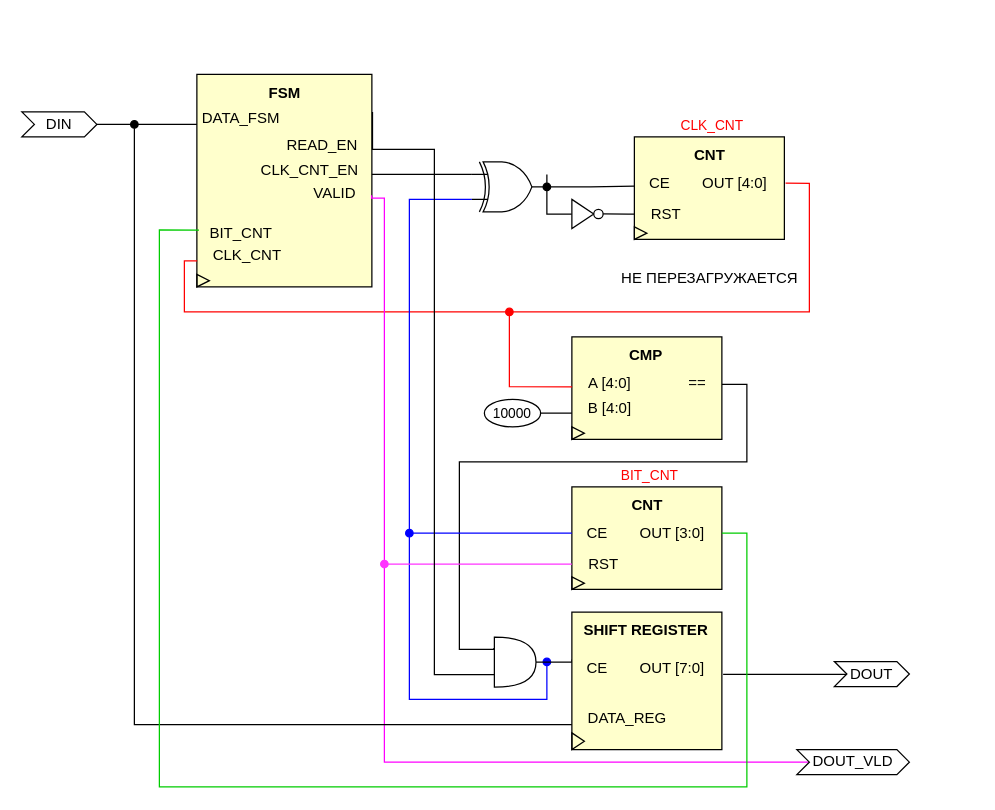
This is INC_RTL_ALT.drawio from ArturSultanov/inc_project, a draw.io file, before an edit. Source tidied: cells renumbered, new cells numbered last; positions are measured from the earlier drawing's top-left corner, leaving out a move shared by most shapes. Both pictures are drawn from the tidied source at 125%, with x=0, y=0 at pixel (21, 74).
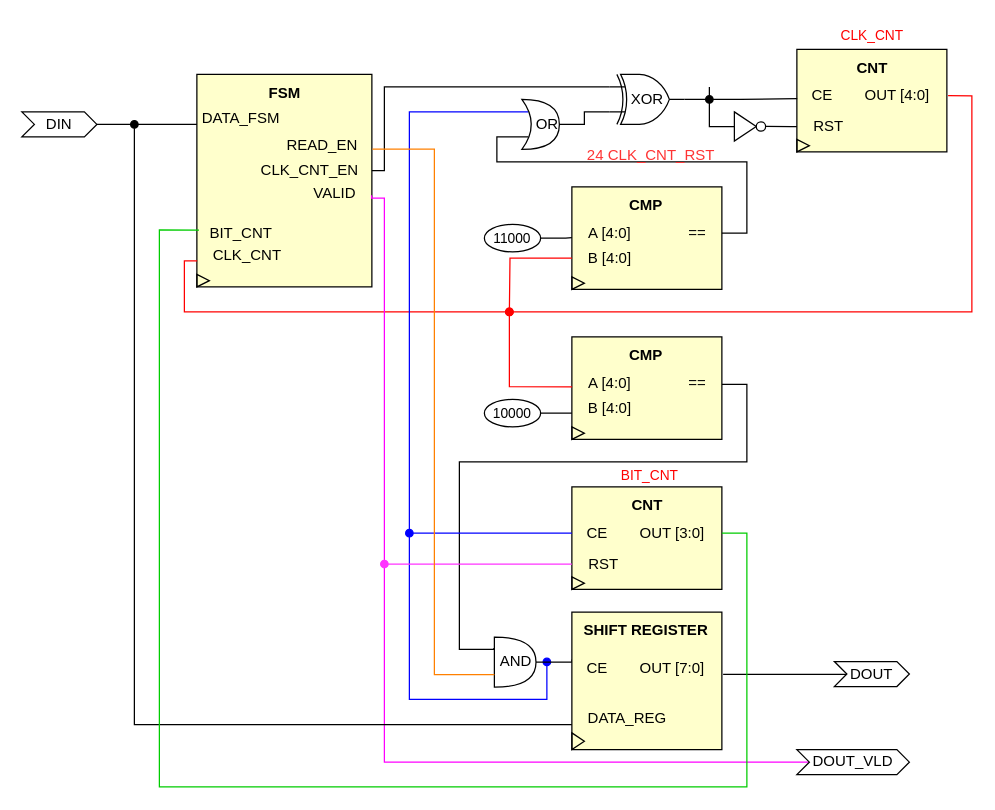
After the change.

The change refers to these unchanged cells:
```xml
<mxCell id="2" style="group;" parent="1" vertex="1">
  <mxGeometry x="100" y="20" width="500" height="462" as="geometry" />
</mxCell>
<mxCell id="6" value="READ_EN" style="text;html=1;align=center;verticalAlign=middle;points=[];strokeColor=none;fillColor=none;" parent="3" vertex="1">
  <mxGeometry x="70" y="22" width="80" height="30" as="geometry" />
</mxCell>
<mxCell id="7" value="CLK_CNT_EN" style="text;html=1;align=center;verticalAlign=middle;points=[];strokeColor=none;fillColor=none;" parent="3" vertex="1">
  <mxGeometry x="50" y="42" width="100" height="30" as="geometry" />
</mxCell>
<mxCell id="24" value="A [4:0]" style="text;html=1;align=center;verticalAlign=middle;points=[];strokeColor=none;fillColor=none;" parent="20" vertex="1">
  <mxGeometry x="10" y="22" width="60" height="30" as="geometry" />
</mxCell>
<mxCell id="35" value="OUT [4:0]" style="text;html=1;align=center;verticalAlign=middle;points=[];strokeColor=none;fillColor=none;" parent="30" vertex="1">
  <mxGeometry x="50" y="22" width="80" height="30" as="geometry" />
</mxCell>
<mxCell id="60" style="group;" parent="1" vertex="1">
  <mxGeometry x="360" y="430.2" width="210" height="110" as="geometry" />
</mxCell>
<mxCell id="62" style="shape=or;whiteSpace=wrap;html=1;align=center;" parent="60" vertex="1">
  <mxGeometry x="18" y="20" width="33.3" height="40" as="geometry" />
</mxCell>
```

Diff of the diagram source:
```diff
@@
-    <mxCell id="14" style="edgeStyle=orthogonalEdgeStyle;rounded=0;jettySize=auto;html=1;exitX=0;exitY=0.75;exitDx=0;exitDy=0;exitPerimeter=0;endArrow=oval;endFill=1;shadow=0;strokeColor=#0000FF;" parent="2" edge="1" source="15">
+    <mxCell id="14" style="edgeStyle=orthogonalEdgeStyle;rounded=0;jettySize=auto;html=1;endArrow=oval;endFill=1;shadow=0;strokeColor=#0000FF;exitX=0.175;exitY=0.25;exitDx=0;exitDy=0;exitPerimeter=0;" parent="2" edge="1" source="75">
       <mxGeometry relative="1" as="geometry">
         <mxPoint x="320" y="450" as="targetPoint" />
         <Array as="points">
-          <mxPoint x="210" y="80" />
+          <mxPoint x="210" y="10" />
           <mxPoint x="210" y="480" />
           <mxPoint x="320" y="480" />
         </Array>
       </mxGeometry>
     </mxCell>
     <mxCell id="15" style="verticalLabelPosition=bottom;shadow=0;dashed=0;align=center;html=1;verticalAlign=top;shape=mxgraph.electrical.logic_gates.logic_gate;operation=xor;" parent="2" vertex="1">
-      <mxGeometry x="260" y="50" width="60" height="40" as="geometry" />
+      <mxGeometry x="370" y="-20" width="60" height="40" as="geometry" />
     </mxCell>
     <mxCell id="16" style="edgeStyle=orthogonalEdgeStyle;rounded=0;jettySize=auto;html=1;entryX=0;entryY=0.25;entryDx=0;entryDy=0;entryPerimeter=0;endArrow=none;endFill=0;strokeColor=#000000;" parent="2" edge="1" source="7" target="15">
       <mxGeometry relative="1" as="geometry">
         <Array as="points">
-          <mxPoint x="240" y="60" />
-          <mxPoint x="240" y="60" />
+          <mxPoint x="190" y="57" />
+          <mxPoint x="190" y="-10" />
         </Array>
       </mxGeometry>
     </mxCell>
-    <mxCell id="17" value="&lt;span style=&quot;font-size: 11px;&quot;&gt;&lt;font color=&quot;#ff0000&quot;&gt;CLK_CNT&lt;/font&gt;&lt;/span&gt;" style="ellipse;whiteSpace=wrap;html=1;strokeColor=none;fillColor=none;" parent="2" vertex="1">
-      <mxGeometry x="420" y="10" width="65" height="22" as="geometry" />
-    </mxCell>
@@
+    <mxCell id="74" style="edgeStyle=orthogonalEdgeStyle;rounded=0;jettySize=auto;html=1;entryX=0;entryY=0.75;entryDx=0;entryDy=0;entryPerimeter=0;endArrow=none;endFill=0;" parent="2" edge="1" source="75" target="15">
+      <mxGeometry relative="1" as="geometry">
+        <Array as="points">
+          <mxPoint x="350" y="20" />
+          <mxPoint x="350" y="10" />
+        </Array>
+      </mxGeometry>
+    </mxCell>
+    <mxCell id="75" style="shape=xor;whiteSpace=wrap;html=1;" parent="2" vertex="1">
+      <mxGeometry x="300" width="30" height="40" as="geometry" />
+    </mxCell>
+    <mxCell id="76" style="group;" parent="2" vertex="1">
+      <mxGeometry x="270" y="70" width="200" height="82" as="geometry" />
+    </mxCell>
+    <mxCell id="77" style="group;" parent="76" vertex="1">
+      <mxGeometry x="60" width="140" height="82" as="geometry" />
+    </mxCell>
+    <mxCell id="78" style="rounded=0;whiteSpace=wrap;html=1;fillColor=#FFFFCC;" parent="77" vertex="1">
+      <mxGeometry x="10" width="120" height="82" as="geometry" />
+    </mxCell>
+    <mxCell id="79" value="&lt;b&gt;CMP&lt;/b&gt;" style="text;html=1;align=center;verticalAlign=middle;strokeColor=none;fillColor=none;" parent="77" vertex="1">
+      <mxGeometry x="44" width="50" height="30" as="geometry" />
+    </mxCell>
+    <mxCell id="80" style="triangle;whiteSpace=wrap;html=1;fillColor=none;" parent="77" vertex="1">
+      <mxGeometry x="10" y="72" width="10" height="10" as="geometry" />
+    </mxCell>
+    <mxCell id="81" value="A [4:0]" style="text;html=1;align=center;verticalAlign=middle;points=[];strokeColor=none;fillColor=none;" parent="77" vertex="1">
+      <mxGeometry x="10" y="22" width="60" height="30" as="geometry" />
+    </mxCell>
+    <mxCell id="82" value="==" style="text;html=1;align=center;verticalAlign=middle;points=[];strokeColor=none;fillColor=none;" parent="77" vertex="1">
+      <mxGeometry x="90" y="22" width="40" height="30" as="geometry" />
+    </mxCell>
+    <mxCell id="83" style="edgeStyle=orthogonalEdgeStyle;rounded=0;jettySize=auto;html=1;strokeColor=#FF0000;endArrow=oval;endFill=1;" parent="77" edge="1" source="84">
+      <mxGeometry relative="1" as="geometry">
+        <mxPoint x="-40" y="100" as="targetPoint" />
+      </mxGeometry>
+    </mxCell>
+    <mxCell id="84" value="B [4:0]" style="text;html=1;align=center;verticalAlign=middle;points=[];strokeColor=none;fillColor=none;" parent="77" vertex="1">
+      <mxGeometry x="10" y="42" width="60" height="30" as="geometry" />
+    </mxCell>
+    <mxCell id="85" style="edgeStyle=orthogonalEdgeStyle;rounded=0;jettySize=auto;html=1;entryX=0;entryY=0.622;entryDx=0;entryDy=0;entryPerimeter=0;endArrow=none;endFill=0;" parent="76" edge="1" source="86" target="81">
+      <mxGeometry relative="1" as="geometry" />
+    </mxCell>
+    <mxCell id="86" value="&lt;span style=&quot;font-size: 11px;&quot;&gt;11000&lt;/span&gt;" style="ellipse;whiteSpace=wrap;html=1;" parent="76" vertex="1">
+      <mxGeometry y="30" width="45" height="22" as="geometry" />
+    </mxCell>
+    <mxCell id="87" style="edgeStyle=orthogonalEdgeStyle;rounded=0;jettySize=auto;html=1;entryX=0.175;entryY=0.75;entryDx=0;entryDy=0;entryPerimeter=0;endArrow=none;endFill=0;" parent="2" edge="1" source="82" target="75">
+      <mxGeometry relative="1" as="geometry">
+        <Array as="points">
+          <mxPoint x="480" y="107" />
+          <mxPoint x="480" y="50" />
+          <mxPoint x="280" y="50" />
+          <mxPoint x="280" y="30" />
+        </Array>
+      </mxGeometry>
+    </mxCell>
+    <mxCell id="88" value="XOR" style="text;html=1;align=center;verticalAlign=middle;strokeColor=none;fillColor=none;" parent="2" vertex="1">
+      <mxGeometry x="375" y="-15" width="50" height="30" as="geometry" />
+    </mxCell>
+    <mxCell id="89" value="OR" style="text;html=1;align=center;verticalAlign=middle;strokeColor=none;fillColor=none;" parent="2" vertex="1">
+      <mxGeometry x="300" y="5" width="40" height="30" as="geometry" />
+    </mxCell>
+    <mxCell id="90" value="&lt;font color=&quot;#ff3333&quot;&gt;&lt;span style=&quot;caret-color: rgb(255, 51, 51);&quot;&gt;24 CLK_CNT_RST&lt;br&gt;&lt;/span&gt;&lt;/font&gt;" style="text;html=1;align=center;verticalAlign=middle;strokeColor=none;fillColor=none;" parent="2" vertex="1">
+      <mxGeometry x="337.5" y="30" width="130" height="30" as="geometry" />
+    </mxCell>
@@
     <mxCell id="29" style="group;" parent="1" vertex="1">
-      <mxGeometry x="440" y="50" width="180" height="82" as="geometry" />
+      <mxGeometry x="570" y="-20" width="180" height="82" as="geometry" />
     </mxCell>
@@
     <mxCell id="42" style="edgeStyle=orthogonalEdgeStyle;rounded=0;jettySize=auto;html=1;entryX=0.003;entryY=0.598;entryDx=0;entryDy=0;entryPerimeter=0;endArrow=none;endFill=0;strokeColor=#FF0000;exitX=1.012;exitY=0.503;exitDx=0;exitDy=0;exitPerimeter=0;" parent="1" edge="1" source="35" target="24">
       <mxGeometry relative="1" as="geometry">
         <Array as="points">
-          <mxPoint x="630" y="87" />
-          <mxPoint x="630" y="190" />
+          <mxPoint x="760" y="17" />
+          <mxPoint x="760" y="190" />
           <mxPoint x="390" y="190" />
           <mxPoint x="390" y="250" />
         </Array>
       </mxGeometry>
     </mxCell>
@@
+    <mxCell id="91" value="AND" style="text;html=1;align=center;verticalAlign=middle;strokeColor=none;fillColor=none;" parent="60" vertex="1">
+      <mxGeometry x="9.7" y="25" width="50" height="30" as="geometry" />
+    </mxCell>
-    <mxCell id="71" style="edgeStyle=orthogonalEdgeStyle;rounded=0;jettySize=auto;html=1;endArrow=none;endFill=0;strokeWidth=1;exitX=1.006;exitY=0.594;exitDx=0;exitDy=0;exitPerimeter=0;entryX=0;entryY=0.75;entryDx=0;entryDy=0;entryPerimeter=0;" parent="1" edge="1" target="62">
+    <mxCell id="71" style="edgeStyle=orthogonalEdgeStyle;rounded=0;jettySize=auto;html=1;endArrow=none;endFill=0;strokeWidth=1;entryX=0;entryY=0.75;entryDx=0;entryDy=0;entryPerimeter=0;exitX=1.005;exitY=0.594;exitDx=0;exitDy=0;exitPerimeter=0;strokeColor=#FF8000;" parent="1" edge="1" source="6" target="62">
       <mxGeometry relative="1" as="geometry">
-        <mxPoint x="280.5" y="30" as="sourcePoint" />
         <Array as="points">
-          <mxPoint x="281" y="60" />
           <mxPoint x="330" y="60" />
           <mxPoint x="330" y="480" />
         </Array>
       </mxGeometry>
     </mxCell>
@@
-    <mxCell id="73" value="НЕ ПЕРЕЗАГРУЖАЕТСЯ" style="text;html=1;align=center;verticalAlign=middle;strokeColor=none;fillColor=none;" parent="1" vertex="1">
-      <mxGeometry x="465" y="148" width="170" height="30" as="geometry" />
-    </mxCell>
+    <mxCell id="17" value="&lt;span style=&quot;font-size: 11px;&quot;&gt;&lt;font color=&quot;#ff0000&quot;&gt;CLK_CNT&lt;/font&gt;&lt;/span&gt;" style="ellipse;whiteSpace=wrap;html=1;strokeColor=none;fillColor=none;" parent="1" vertex="1">
+      <mxGeometry x="647.5" y="-42" width="65" height="22" as="geometry" />
+    </mxCell>
```
